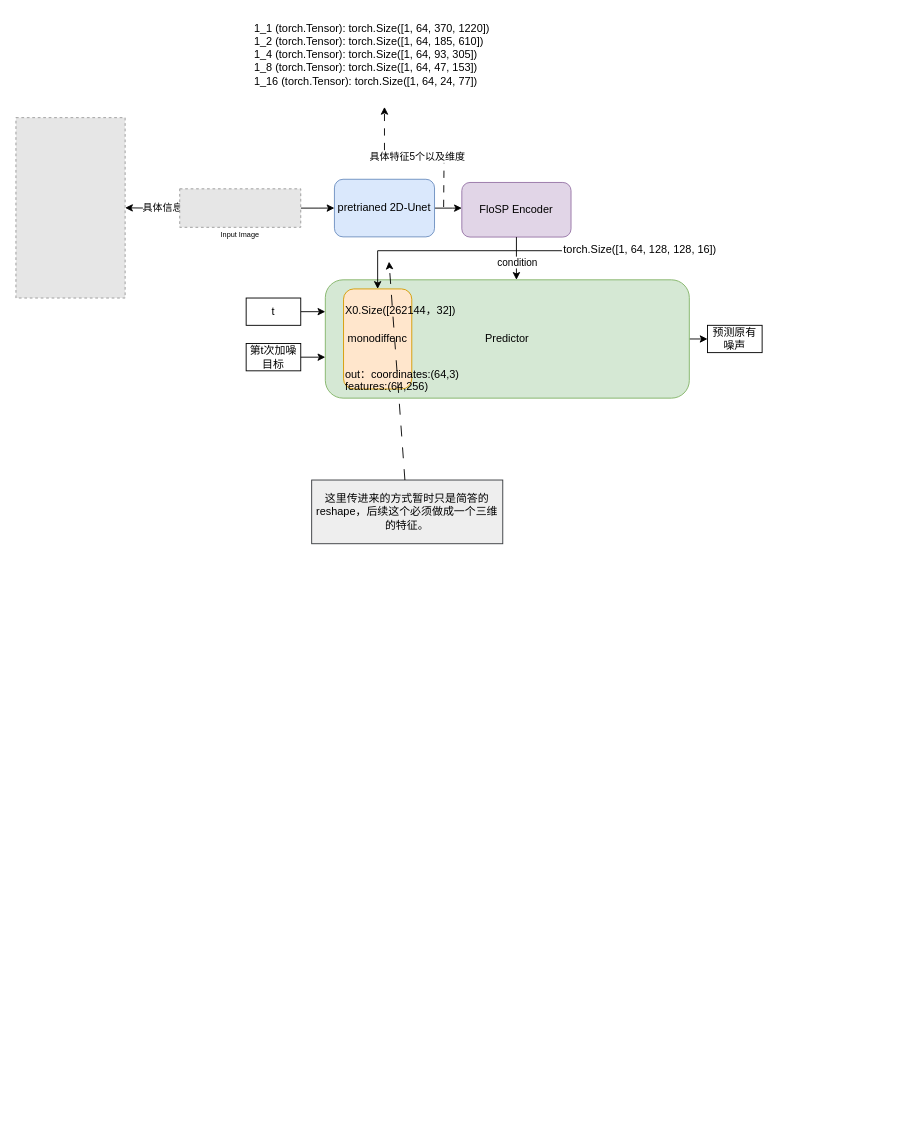
This is monodiffusion.drawio from susu-attempt/mychart, a draw.io file, before an edit. Source tidied: cells renumbered, new cells numbered last; positions are measured from the earlier drawing's top-left corner, leaving out a move shared by most shapes. Both pictures are drawn from the tidied source at 91%, with x=0, y=0 at pixel (15, 15). Pictures stored in the file or linked from it are replaced by grey dashed boxes.
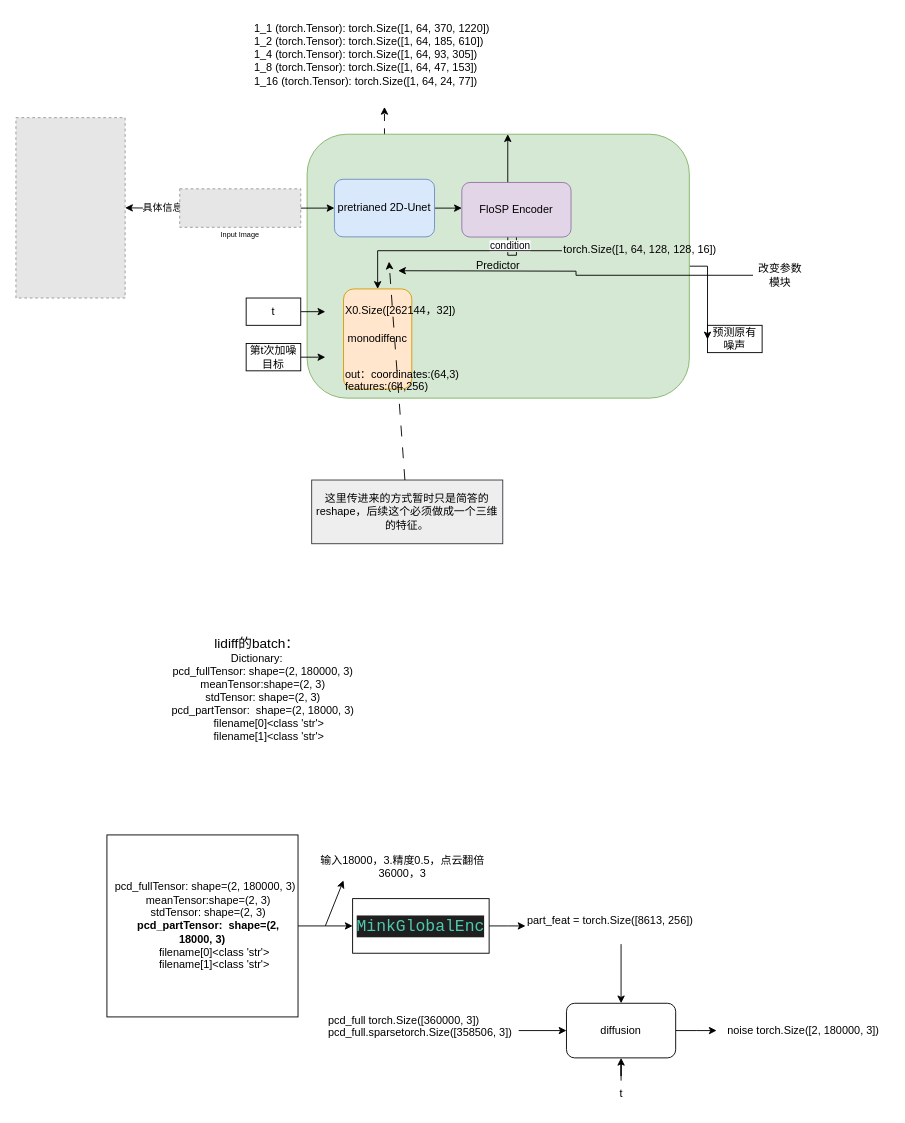
After the change.

The change refers to these unchanged cells:
```xml
<mxCell id="5" style="fillColor=#E6E6E6;strokeColor=#999999;dashed=1;verticalLabelPosition=bottom;labelBackgroundColor=default;verticalAlign=top;" parent="1" vertex="1">
  <mxGeometry x="180" y="190" width="133" height="42.3" as="geometry" />
</mxCell>
```

The edit, as a diff of the source:
```diff
@@
-    <mxCell id="2" style="edgeStyle=orthogonalEdgeStyle;rounded=0;jettySize=auto;html=1;entryX=0;entryY=0.5;entryDx=0;entryDy=0;strokeWidth=1;" parent="1" edge="1" source="5" target="10">
-      <mxGeometry relative="1" as="geometry" />
-    </mxCell>
@@
-    <mxCell id="7" style="edgeStyle=orthogonalEdgeStyle;rounded=0;jettySize=auto;html=1;" parent="1" edge="1" source="10">
-      <mxGeometry relative="1" as="geometry">
-        <mxPoint x="490" y="211.2" as="targetPoint" />
-      </mxGeometry>
-    </mxCell>
@@
-    <mxCell id="10" value="pretrianed 2D-Unet" style="rounded=1;whiteSpace=wrap;html=1;fillColor=#dae8fc;strokeColor=#6c8ebf;" parent="1" vertex="1">
-      <mxGeometry x="350" y="179.5" width="110" height="63.3" as="geometry" />
-    </mxCell>
-    <mxCell id="11" value="FloSP Encoder" style="rounded=1;whiteSpace=wrap;html=1;fillColor=#e1d5e7;strokeColor=#9673a6;" parent="1" vertex="1">
-      <mxGeometry x="490" y="183" width="120" height="60" as="geometry" />
-    </mxCell>
@@
     <mxCell id="13" value="Predictor" style="rounded=1;whiteSpace=wrap;html=1;fillColor=#d5e8d4;strokeColor=#82b366;" parent="1" vertex="1">
-      <mxGeometry x="340" y="290" width="400" height="130" as="geometry" />
+      <mxGeometry x="320" y="130" width="420" height="290" as="geometry" />
     </mxCell>
@@
+    <mxCell id="30" style="edgeStyle=orthogonalEdgeStyle;rounded=0;jettySize=auto;html=1;" parent="1" edge="1" source="31">
+      <mxGeometry relative="1" as="geometry">
+        <mxPoint x="420" y="280" as="targetPoint" />
+      </mxGeometry>
+    </mxCell>
+    <mxCell id="31" value="改变参数模块" style="text;html=1;align=center;verticalAlign=middle;whiteSpace=wrap;rounded=0;" parent="1" vertex="1">
+      <mxGeometry x="810" y="270" width="60" height="30" as="geometry" />
+    </mxCell>
+    <mxCell id="32" value="&lt;font style=&quot;font-size: 15px;&quot;&gt;lidiff的batch：&lt;/font&gt;&lt;div&gt;&lt;div&gt;Dictionary:&lt;/div&gt;&lt;div&gt;&amp;nbsp; &amp;nbsp; pcd_fullTensor: shape=(2, 180000, 3)&lt;/div&gt;&lt;div&gt;&amp;nbsp; &amp;nbsp; meanTensor:shape=(2, 3)&lt;/div&gt;&lt;div&gt;&amp;nbsp; &amp;nbsp; stdTensor: shape=(2, 3)&lt;/div&gt;&lt;div&gt;&amp;nbsp; &amp;nbsp; pcd_partTensor:&amp;nbsp; shape=(2, 18000, 3)&lt;/div&gt;&lt;div&gt;&amp;nbsp; &amp;nbsp; &amp;nbsp; &amp;nbsp; filename[0]&amp;lt;class 'str'&amp;gt;&lt;/div&gt;&lt;div&gt;&amp;nbsp; &amp;nbsp; &amp;nbsp; &amp;nbsp; filename[1]&amp;lt;class 'str'&amp;gt;&lt;/div&gt;&lt;/div&gt;" style="text;html=1;align=center;verticalAlign=middle;whiteSpace=wrap;rounded=0;" parent="1" vertex="1">
+      <mxGeometry x="120" y="620" width="290" height="240" as="geometry" />
+    </mxCell>
+    <mxCell id="2" style="edgeStyle=orthogonalEdgeStyle;rounded=0;jettySize=auto;html=1;entryX=0;entryY=0.5;entryDx=0;entryDy=0;strokeWidth=1;" parent="1" edge="1" source="5" target="10">
+      <mxGeometry relative="1" as="geometry" />
+    </mxCell>
+    <mxCell id="7" style="edgeStyle=orthogonalEdgeStyle;rounded=0;jettySize=auto;html=1;" parent="1" edge="1" source="10">
+      <mxGeometry relative="1" as="geometry">
+        <mxPoint x="490" y="211.2" as="targetPoint" />
+      </mxGeometry>
+    </mxCell>
+    <mxCell id="10" value="pretrianed 2D-Unet" style="rounded=1;whiteSpace=wrap;html=1;fillColor=#dae8fc;strokeColor=#6c8ebf;" parent="1" vertex="1">
+      <mxGeometry x="350" y="179.5" width="110" height="63.3" as="geometry" />
+    </mxCell>
+    <mxCell id="11" value="FloSP Encoder" style="rounded=1;whiteSpace=wrap;html=1;fillColor=#e1d5e7;strokeColor=#9673a6;" parent="1" vertex="1">
+      <mxGeometry x="490" y="183" width="120" height="60" as="geometry" />
+    </mxCell>
+    <mxCell id="33" style="edgeStyle=orthogonalEdgeStyle;rounded=0;jettySize=auto;html=1;" parent="1" edge="1" source="34">
+      <mxGeometry relative="1" as="geometry">
+        <mxPoint x="370" y="1000" as="targetPoint" />
+      </mxGeometry>
+    </mxCell>
+    <mxCell id="34" value="&lt;div&gt;&amp;nbsp; pcd_fullTensor: shape=(2, 180000, 3)&lt;/div&gt;&lt;div&gt;&amp;nbsp; &amp;nbsp; meanTensor:shape=(2, 3)&lt;/div&gt;&lt;div&gt;&amp;nbsp; &amp;nbsp; stdTensor: shape=(2, 3)&lt;/div&gt;&lt;div&gt;&amp;nbsp; &amp;nbsp; &lt;b&gt;pcd_partTensor:&amp;nbsp; shape=(2, 18000, 3)&lt;/b&gt;&lt;/div&gt;&lt;div&gt;&amp;nbsp; &amp;nbsp; &amp;nbsp; &amp;nbsp; filename[0]&amp;lt;class 'str'&amp;gt;&lt;/div&gt;&lt;div&gt;&amp;nbsp; &amp;nbsp; &amp;nbsp; &amp;nbsp; filename[1]&amp;lt;class 'str'&amp;gt;&lt;/div&gt;" style="rounded=0;whiteSpace=wrap;html=1;" parent="1" vertex="1">
+      <mxGeometry x="100" y="900" width="210" height="200" as="geometry" />
+    </mxCell>
+    <mxCell id="35" style="edgeStyle=orthogonalEdgeStyle;rounded=0;jettySize=auto;html=1;" parent="1" edge="1" source="36">
+      <mxGeometry relative="1" as="geometry">
+        <mxPoint x="560" y="1000" as="targetPoint" />
+      </mxGeometry>
+    </mxCell>
+    <mxCell id="36" value="&lt;div style=&quot;color: rgb(204, 204, 204); background-color: rgb(31, 31, 31); font-family: Consolas, &amp;quot;Courier New&amp;quot;, monospace; font-size: 18px; line-height: 24px; white-space: pre;&quot;&gt;&lt;span style=&quot;color: #4ec9b0;&quot;&gt;MinkGlobalEnc&lt;/span&gt;&lt;/div&gt;" style="rounded=0;whiteSpace=wrap;html=1;" parent="1" vertex="1">
+      <mxGeometry x="370" y="970" width="150" height="60" as="geometry" />
+    </mxCell>
+    <mxCell id="37" value="输入18000，3.精度0.5，点云翻倍36000，3" style="text;html=1;align=center;verticalAlign=middle;whiteSpace=wrap;rounded=0;" parent="1" vertex="1">
+      <mxGeometry x="330" y="920" width="190" height="30" as="geometry" />
+    </mxCell>
+    <mxCell id="38" style="endArrow=classic;html=1;rounded=0;" parent="1" edge="1">
+      <mxGeometry relative="1" as="geometry">
+        <mxPoint x="340" y="1000" as="sourcePoint" />
+        <mxPoint x="360" y="950" as="targetPoint" />
+      </mxGeometry>
+    </mxCell>
+    <mxCell id="39" style="edgeStyle=orthogonalEdgeStyle;rounded=0;jettySize=auto;html=1;entryX=0.5;entryY=0;entryDx=0;entryDy=0;" parent="1" edge="1" source="40" target="44">
+      <mxGeometry relative="1" as="geometry" />
+    </mxCell>
+    <mxCell id="40" value="part_feat = torch.Size([8613, 256])" style="text;whiteSpace=wrap;" parent="1" vertex="1">
+      <mxGeometry x="560" y="980" width="210" height="40" as="geometry" />
+    </mxCell>
+    <mxCell id="41" style="edgeStyle=orthogonalEdgeStyle;rounded=0;jettySize=auto;html=1;entryX=0;entryY=0.5;entryDx=0;entryDy=0;" parent="1" edge="1" source="42" target="44">
+      <mxGeometry relative="1" as="geometry" />
+    </mxCell>
+    <mxCell id="42" value=" pcd_full torch.Size([360000, 3])&#10; pcd_full.sparsetorch.Size([358506, 3])" style="text;whiteSpace=wrap;" parent="1" vertex="1">
+      <mxGeometry x="337.5" y="1090" width="215" height="50" as="geometry" />
+    </mxCell>
+    <mxCell id="43" style="edgeStyle=orthogonalEdgeStyle;rounded=0;jettySize=auto;html=1;" parent="1" edge="1" source="44">
+      <mxGeometry relative="1" as="geometry">
+        <mxPoint x="770" y="1115" as="targetPoint" />
+      </mxGeometry>
+    </mxCell>
+    <mxCell id="44" value="diffusion" style="rounded=1;whiteSpace=wrap;html=1;" parent="1" vertex="1">
+      <mxGeometry x="605" y="1085" width="120" height="60" as="geometry" />
+    </mxCell>
+    <mxCell id="45" style="edgeStyle=orthogonalEdgeStyle;rounded=0;jettySize=auto;html=1;entryX=0.5;entryY=1;entryDx=0;entryDy=0;" parent="1" edge="1" source="46" target="44">
+      <mxGeometry relative="1" as="geometry" />
+    </mxCell>
+    <mxCell id="46" value="t" style="text;html=1;align=center;verticalAlign=middle;points=[];strokeColor=none;fillColor=none;" parent="1" vertex="1">
+      <mxGeometry x="650" y="1170" width="30" height="30" as="geometry" />
+    </mxCell>
+    <mxCell id="47" value="noise torch.Size([2, 180000, 3])" style="text;html=1;align=center;verticalAlign=middle;strokeColor=none;fillColor=none;" parent="1" vertex="1">
+      <mxGeometry x="770" y="1100" width="190" height="30" as="geometry" />
+    </mxCell>
```
